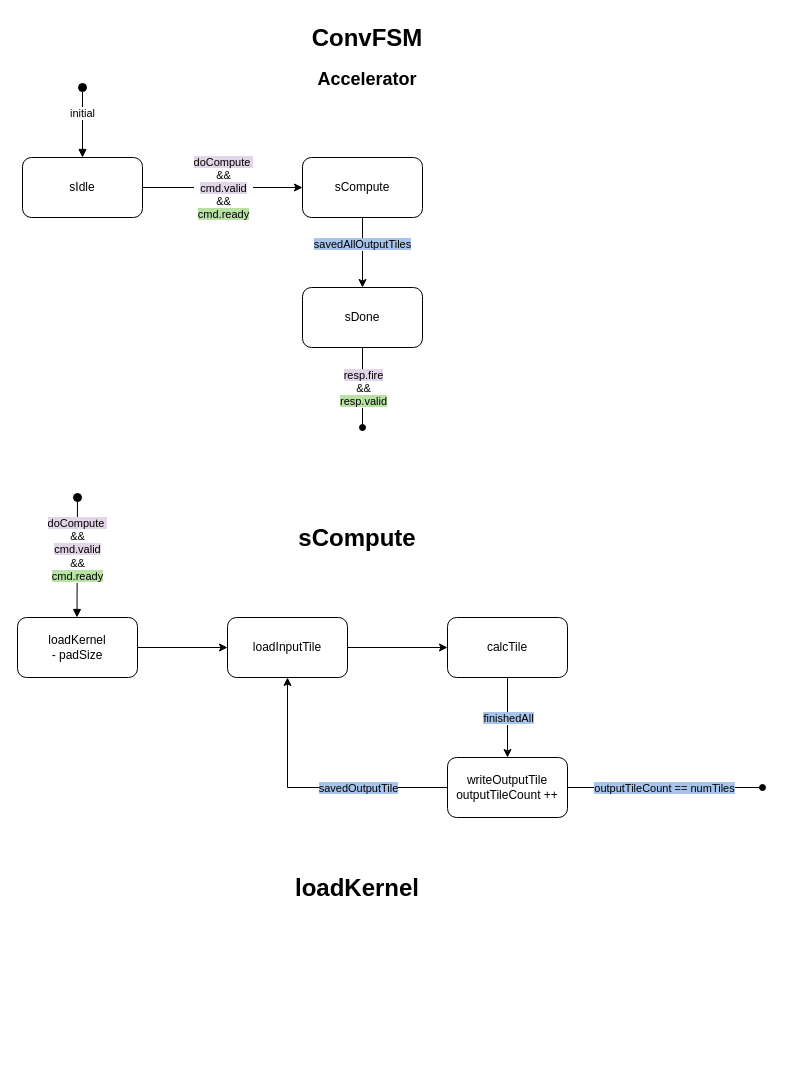
This is ConvFSM_accel.drawio from sophia20753/Project, a draw.io file, before an edit. Source tidied: cells renumbered, new cells numbered last; positions are measured from the earlier drawing's top-left corner, leaving out a move shared by most shapes. Both pictures are drawn from the tidied source at 100%, with x=0, y=0 at pixel (17, 17).
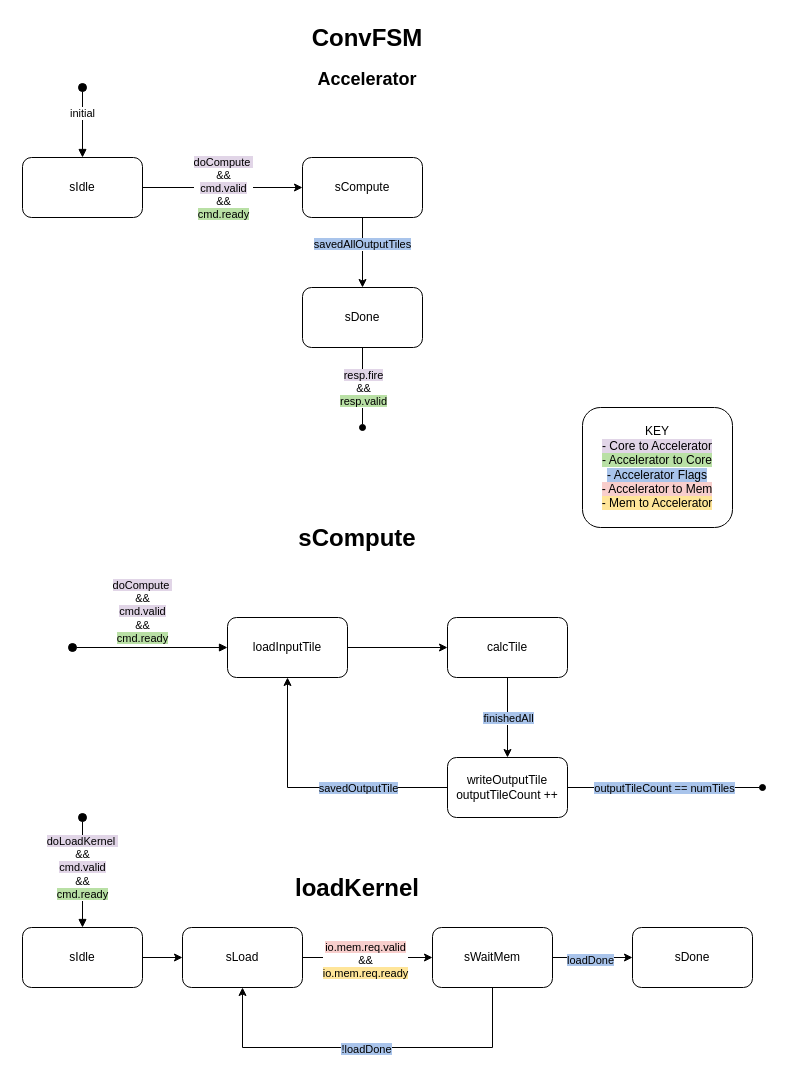
After the change.

Unchanged cells that the change refers to:
```xml
<mxCell id="17" value="loadInputTile" style="rounded=1;whiteSpace=wrap;html=1;" parent="1" vertex="1">
  <mxGeometry x="210" y="600" width="120" height="60" as="geometry" />
</mxCell>
```

Diff of the diagram source:
```diff
@@
-    <mxCell id="14" style="edgeStyle=orthogonalEdgeStyle;rounded=0;jettySize=auto;html=1;" parent="1" edge="1" source="15" target="17">
-      <mxGeometry relative="1" as="geometry" />
-    </mxCell>
-    <mxCell id="15" value="loadKernel&lt;div&gt;- padSize&lt;/div&gt;" style="rounded=1;whiteSpace=wrap;html=1;" parent="1" vertex="1">
-      <mxGeometry y="600" width="120" height="60" as="geometry" />
-    </mxCell>
@@
-    <mxCell id="18" value="&lt;span style=&quot;background-color: rgb(225, 213, 231);&quot;&gt;doCompute&amp;nbsp;&lt;/span&gt;&lt;div&gt;&amp;amp;&amp;amp;&lt;/div&gt;&lt;div&gt;&lt;span style=&quot;background-color: rgb(225, 213, 231);&quot;&gt;cmd.valid&lt;/span&gt;&lt;/div&gt;&lt;div&gt;&amp;amp;&amp;amp;&lt;/div&gt;&lt;div&gt;&lt;span style=&quot;background-color: rgb(185, 224, 165);&quot;&gt;cmd.ready&lt;/span&gt;&lt;/div&gt;" style="html=1;verticalAlign=bottom;startArrow=oval;startFill=1;endArrow=block;startSize=8;curved=0;rounded=0;entryX=0.5;entryY=0;entryDx=0;entryDy=0;" parent="1" edge="1">
-      <mxGeometry x="0.47" relative="1" as="geometry">
-        <mxPoint x="60" y="480" as="sourcePoint" />
-        <mxPoint x="59.5" y="600" as="targetPoint" />
+    <mxCell id="18" value="&lt;span style=&quot;background-color: rgb(225, 213, 231);&quot;&gt;doCompute&amp;nbsp;&lt;/span&gt;&lt;div&gt;&amp;amp;&amp;amp;&lt;/div&gt;&lt;div&gt;&lt;span style=&quot;background-color: rgb(225, 213, 231);&quot;&gt;cmd.valid&lt;/span&gt;&lt;/div&gt;&lt;div&gt;&amp;amp;&amp;amp;&lt;/div&gt;&lt;div&gt;&lt;span style=&quot;background-color: rgb(185, 224, 165);&quot;&gt;cmd.ready&lt;/span&gt;&lt;/div&gt;" style="html=1;verticalAlign=bottom;startArrow=oval;startFill=1;endArrow=block;startSize=8;curved=0;rounded=0;entryX=0;entryY=0.5;entryDx=0;entryDy=0;" parent="1" edge="1" target="17">
+      <mxGeometry x="-0.1" relative="1" as="geometry">
+        <mxPoint x="55" y="630" as="sourcePoint" />
+        <Array as="points">
+          <mxPoint x="55" y="630" />
+        </Array>
       </mxGeometry>
     </mxCell>
@@
     <mxCell id="22" value="&lt;h1 style=&quot;margin-top: 0px;&quot;&gt;loadKernel&lt;/h1&gt;" style="text;html=1;whiteSpace=wrap;overflow=hidden;rounded=0;align=center;" parent="1" vertex="1">
-      <mxGeometry x="250" y="850" width="180" height="120" as="geometry" />
+      <mxGeometry x="250" y="850" width="180" height="40" as="geometry" />
     </mxCell>
@@
+    <mxCell id="28" style="edgeStyle=orthogonalEdgeStyle;rounded=0;jettySize=auto;html=1;" parent="1" edge="1" source="29" target="33">
+      <mxGeometry relative="1" as="geometry" />
+    </mxCell>
+    <mxCell id="29" value="sIdle" style="rounded=1;whiteSpace=wrap;html=1;" parent="1" vertex="1">
+      <mxGeometry x="5" y="910" width="120" height="60" as="geometry" />
+    </mxCell>
+    <mxCell id="30" value="&lt;span style=&quot;background-color: rgb(225, 213, 231);&quot;&gt;doLoadKernel&amp;nbsp;&lt;/span&gt;&lt;div&gt;&amp;amp;&amp;amp;&lt;/div&gt;&lt;div&gt;&lt;span style=&quot;background-color: rgb(225, 213, 231);&quot;&gt;cmd.valid&lt;/span&gt;&lt;/div&gt;&lt;div&gt;&amp;amp;&amp;amp;&lt;/div&gt;&lt;div&gt;&lt;span style=&quot;background-color: rgb(185, 224, 165);&quot;&gt;cmd.ready&lt;/span&gt;&lt;/div&gt;" style="html=1;verticalAlign=bottom;startArrow=oval;startFill=1;endArrow=block;startSize=8;curved=0;rounded=0;entryX=0.5;entryY=0;entryDx=0;entryDy=0;" parent="1" edge="1" target="29">
+      <mxGeometry x="0.57" relative="1" as="geometry">
+        <mxPoint x="65" y="800" as="sourcePoint" />
+      </mxGeometry>
+    </mxCell>
+    <mxCell id="31" style="edgeStyle=orthogonalEdgeStyle;rounded=0;jettySize=auto;html=1;" parent="1" edge="1" source="33" target="36">
+      <mxGeometry relative="1" as="geometry" />
+    </mxCell>
+    <mxCell id="32" value="&lt;span style=&quot;background-color: rgb(248, 206, 204);&quot;&gt;io.mem.req.valid&lt;/span&gt;&lt;div&gt;&amp;amp;&amp;amp;&lt;/div&gt;&lt;div&gt;&lt;span style=&quot;background-color: rgb(255, 229, 153);&quot;&gt;io.mem.req.ready&lt;/span&gt;&lt;/div&gt;" style="edgeLabel;html=1;align=center;verticalAlign=middle;" parent="31" vertex="1">
+      <mxGeometry x="-0.04" y="-2" relative="1" as="geometry" />
+    </mxCell>
+    <mxCell id="33" value="sLoad" style="rounded=1;whiteSpace=wrap;html=1;" parent="1" vertex="1">
+      <mxGeometry x="165" y="910" width="120" height="60" as="geometry" />
+    </mxCell>
+    <mxCell id="34" style="edgeStyle=orthogonalEdgeStyle;rounded=0;jettySize=auto;html=1;" parent="1" edge="1" source="36" target="37">
+      <mxGeometry relative="1" as="geometry" />
+    </mxCell>
+    <mxCell id="35" value="&lt;span style=&quot;background-color: rgb(169, 196, 235);&quot;&gt;loadDone&lt;/span&gt;" style="edgeLabel;html=1;align=center;verticalAlign=middle;" parent="34" vertex="1">
+      <mxGeometry x="-0.07" y="-2" relative="1" as="geometry" />
+    </mxCell>
+    <mxCell id="36" value="sWaitMem" style="rounded=1;whiteSpace=wrap;html=1;" parent="1" vertex="1">
+      <mxGeometry x="415" y="910" width="120" height="60" as="geometry" />
+    </mxCell>
+    <mxCell id="37" value="sDone" style="rounded=1;whiteSpace=wrap;html=1;" parent="1" vertex="1">
+      <mxGeometry x="615" y="910" width="120" height="60" as="geometry" />
+    </mxCell>
+    <mxCell id="38" value="KEY&lt;div&gt;&lt;span style=&quot;background-color: rgb(225, 213, 231);&quot;&gt;- Core to Accelerator&lt;/span&gt;&lt;/div&gt;&lt;div&gt;&lt;span style=&quot;background-color: rgb(185, 224, 165);&quot;&gt;- Accelerator to Core&lt;/span&gt;&lt;/div&gt;&lt;div&gt;&lt;span style=&quot;background-color: rgb(169, 196, 235);&quot;&gt;- Accelerator Flags&lt;/span&gt;&lt;/div&gt;&lt;div&gt;&lt;span style=&quot;background-color: rgb(248, 206, 204);&quot;&gt;- Accelerator to Mem&lt;/span&gt;&lt;/div&gt;&lt;div&gt;&lt;span style=&quot;background-color: rgb(255, 229, 153);&quot;&gt;- Mem to Accelerator&lt;/span&gt;&lt;/div&gt;" style="rounded=1;whiteSpace=wrap;html=1;labelBackgroundColor=default;" parent="1" vertex="1">
+      <mxGeometry x="565" y="390" width="150" height="120" as="geometry" />
+    </mxCell>
+    <mxCell id="39" style="endArrow=classic;html=1;rounded=0;exitX=0.5;exitY=1;exitDx=0;exitDy=0;entryX=0.5;entryY=1;entryDx=0;entryDy=0;" parent="1" edge="1" source="36" target="33">
+      <mxGeometry relative="1" as="geometry">
+        <Array as="points">
+          <mxPoint x="475" y="1030" />
+          <mxPoint x="225" y="1030" />
+        </Array>
+      </mxGeometry>
+    </mxCell>
+    <mxCell id="40" value="&lt;span style=&quot;background-color: rgb(169, 196, 235);&quot;&gt;!loadDone&lt;/span&gt;" style="edgeLabel;html=1;align=center;verticalAlign=middle;" parent="39" vertex="1">
+      <mxGeometry x="0.01" y="1" relative="1" as="geometry" />
+    </mxCell>
```
